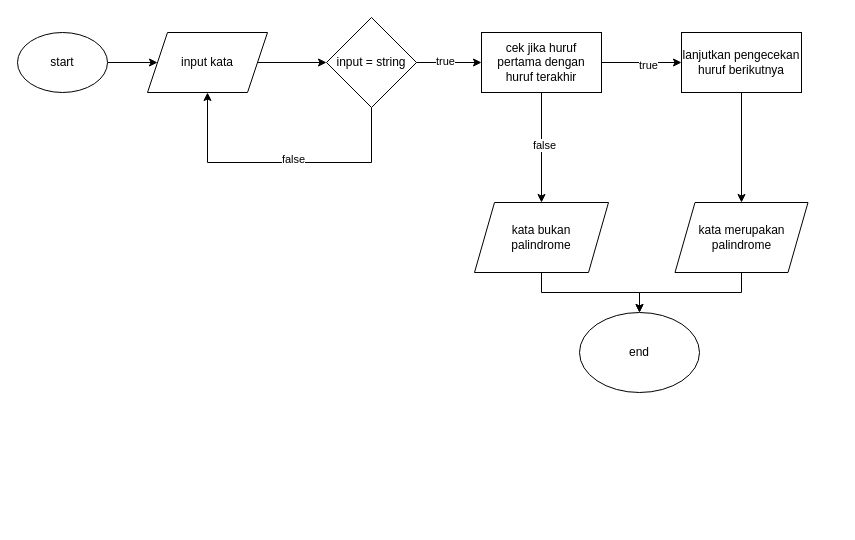
Before: page "Page-1" (1 of 2) of task1.drawio in farhanrizqi/flowcharts-algorithm, a draw.io diagram. Source tidied: cells renumbered, new cells numbered last; positions are measured from the earlier drawing's top-left corner, leaving out a move shared by most shapes. Both pictures are drawn from the tidied source at 100%, with x=0, y=0 at pixel (17, 17).
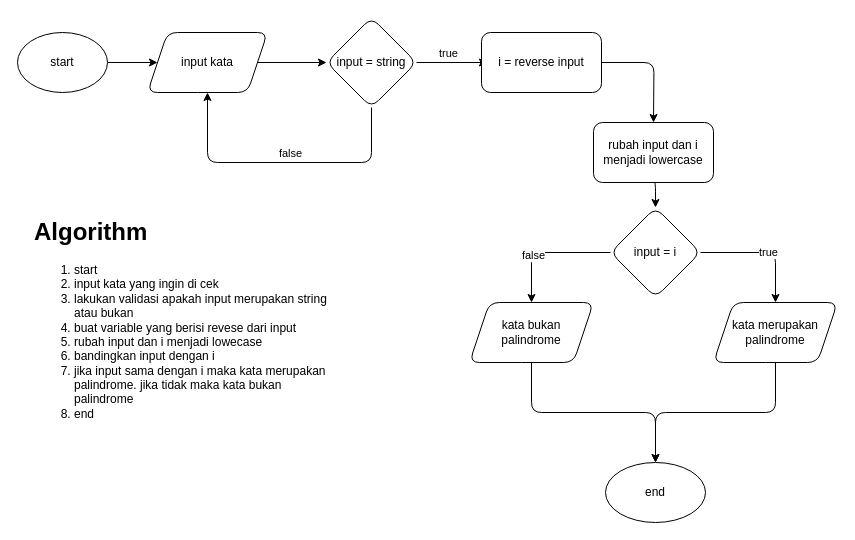
After the change.

Diff of the diagram source:
```diff
@@
-    <mxCell id="2" style="edgeStyle=orthogonalEdgeStyle;rounded=0;jettySize=auto;html=1;exitX=1;exitY=0.5;exitDx=0;exitDy=0;" parent="1" edge="1" source="3" target="5">
+    <mxCell id="2" style="edgeStyle=orthogonalEdgeStyle;rounded=1;jettySize=auto;html=1;exitX=1;exitY=0.5;exitDx=0;exitDy=0;" parent="1" edge="1" source="3" target="5">
       <mxGeometry relative="1" as="geometry" />
     </mxCell>
-    <mxCell id="3" value="start" style="ellipse;whiteSpace=wrap;html=1;" parent="1" vertex="1">
+    <mxCell id="3" value="start" style="ellipse;whiteSpace=wrap;html=1;rounded=1;" parent="1" vertex="1">
       <mxGeometry y="15" width="90" height="60" as="geometry" />
     </mxCell>
-    <mxCell id="4" style="edgeStyle=orthogonalEdgeStyle;rounded=0;jettySize=auto;html=1;entryX=0;entryY=0.5;entryDx=0;entryDy=0;" parent="1" edge="1" source="5" target="8">
+    <mxCell id="4" style="edgeStyle=orthogonalEdgeStyle;rounded=1;jettySize=auto;html=1;entryX=0;entryY=0.5;entryDx=0;entryDy=0;" parent="1" edge="1" source="5" target="8">
       <mxGeometry relative="1" as="geometry" />
     </mxCell>
-    <mxCell id="5" value="input kata" style="shape=parallelogram;perimeter=parallelogramPerimeter;whiteSpace=wrap;html=1;fixedSize=1;" parent="1" vertex="1">
+    <mxCell id="5" value="input kata" style="shape=parallelogram;perimeter=parallelogramPerimeter;whiteSpace=wrap;html=1;fixedSize=1;rounded=1;" parent="1" vertex="1">
       <mxGeometry x="130" y="15" width="120" height="60" as="geometry" />
     </mxCell>
-    <mxCell id="6" style="edgeStyle=orthogonalEdgeStyle;rounded=0;jettySize=auto;html=1;" parent="1" edge="1" source="8" target="13">
-      <mxGeometry relative="1" as="geometry" />
+    <mxCell id="6" style="edgeStyle=orthogonalEdgeStyle;rounded=1;jettySize=auto;html=1;entryX=0;entryY=0.5;entryDx=0;entryDy=0;" parent="1" edge="1" source="8">
+      <mxGeometry relative="1" as="geometry">
+        <mxPoint x="470" y="45" as="targetPoint" />
+      </mxGeometry>
     </mxCell>
-    <mxCell id="7" value="true" style="edgeLabel;html=1;align=center;verticalAlign=middle;" parent="6" vertex="1">
-      <mxGeometry x="-0.14" y="2" relative="1" as="geometry" />
+    <mxCell id="7" value="true" style="edgeLabel;html=1;align=center;verticalAlign=middle;rounded=1;" parent="6" vertex="1">
+      <mxGeometry x="-0.14" y="2" relative="1" as="geometry">
+        <mxPoint y="-8" as="offset" />
+      </mxGeometry>
     </mxCell>
-    <mxCell id="8" value="input = string" style="rhombus;whiteSpace=wrap;html=1;" parent="1" vertex="1">
+    <mxCell id="8" value="input = string" style="rhombus;whiteSpace=wrap;html=1;rounded=1;" parent="1" vertex="1">
       <mxGeometry x="309" width="90" height="90" as="geometry" />
     </mxCell>
-    <mxCell id="9" style="edgeStyle=orthogonalEdgeStyle;rounded=0;jettySize=auto;html=1;" parent="1" edge="1" source="13" target="17">
-      <mxGeometry relative="1" as="geometry" />
-    </mxCell>
-    <mxCell id="10" value="false" style="edgeLabel;html=1;align=center;verticalAlign=middle;" parent="9" vertex="1">
-      <mxGeometry x="-0.05" y="2" relative="1" as="geometry" />
-    </mxCell>
-    <mxCell id="11" style="edgeStyle=orthogonalEdgeStyle;rounded=0;jettySize=auto;html=1;" parent="1" edge="1" source="13" target="19">
-      <mxGeometry relative="1" as="geometry" />
-    </mxCell>
-    <mxCell id="12" value="true" style="edgeLabel;html=1;align=center;verticalAlign=middle;" parent="11" vertex="1">
-      <mxGeometry x="0.15" y="-2" relative="1" as="geometry" />
-    </mxCell>
-    <mxCell id="13" value="cek jika huruf pertama dengan huruf terakhir" style="whiteSpace=wrap;html=1;" parent="1" vertex="1">
-      <mxGeometry x="464" y="15" width="120" height="60" as="geometry" />
-    </mxCell>
-    <mxCell id="14" style="endArrow=classic;html=1;rounded=0;exitX=0.5;exitY=1;exitDx=0;exitDy=0;entryX=0.5;entryY=1;entryDx=0;entryDy=0;" parent="1" edge="1" source="8" target="5">
+    <mxCell id="14" style="endArrow=classic;html=1;rounded=1;exitX=0.5;exitY=1;exitDx=0;exitDy=0;entryX=0.5;entryY=1;entryDx=0;entryDy=0;" parent="1" edge="1" source="8" target="5">
       <mxGeometry relative="1" as="geometry">
         <Array as="points">
           <mxPoint x="354" y="145" />
           <mxPoint x="190" y="145" />
         </Array>
       </mxGeometry>
     </mxCell>
-    <mxCell id="15" value="false" style="edgeLabel;html=1;align=center;verticalAlign=middle;" parent="14" vertex="1">
-      <mxGeometry x="-0.07" y="-4" relative="1" as="geometry" />
+    <mxCell id="15" value="false" style="edgeLabel;html=1;align=center;verticalAlign=middle;rounded=1;" parent="14" vertex="1">
+      <mxGeometry x="-0.07" y="-4" relative="1" as="geometry">
+        <mxPoint x="-3" y="-6" as="offset" />
+      </mxGeometry>
     </mxCell>
-    <mxCell id="16" style="edgeStyle=orthogonalEdgeStyle;rounded=0;jettySize=auto;html=1;" parent="1" edge="1" source="17" target="22">
+    <mxCell id="16" style="edgeStyle=orthogonalEdgeStyle;rounded=1;jettySize=auto;html=1;exitX=0.5;exitY=1;exitDx=0;exitDy=0;entryX=0.5;entryY=0;entryDx=0;entryDy=0;" parent="1" edge="1" source="17" target="22">
       <mxGeometry relative="1" as="geometry" />
     </mxCell>
-    <mxCell id="17" value="kata bukan &lt;br&gt;palindrome" style="shape=parallelogram;perimeter=parallelogramPerimeter;whiteSpace=wrap;html=1;fixedSize=1;" parent="1" vertex="1">
-      <mxGeometry x="457" y="185" width="134" height="70" as="geometry" />
+    <mxCell id="17" value="kata bukan &lt;br&gt;palindrome" style="shape=parallelogram;perimeter=parallelogramPerimeter;whiteSpace=wrap;html=1;fixedSize=1;rounded=1;" parent="1" vertex="1">
+      <mxGeometry x="452" y="285" width="124" height="60" as="geometry" />
     </mxCell>
-    <mxCell id="18" style="edgeStyle=orthogonalEdgeStyle;rounded=0;jettySize=auto;html=1;" parent="1" edge="1" source="19" target="21">
-      <mxGeometry relative="1" as="geometry" />
-    </mxCell>
-    <mxCell id="19" value="lanjutkan pengecekan huruf berikutnya" style="whiteSpace=wrap;html=1;" parent="1" vertex="1">
-      <mxGeometry x="664" y="15" width="120" height="60" as="geometry" />
-    </mxCell>
-    <mxCell id="20" style="edgeStyle=orthogonalEdgeStyle;rounded=0;jettySize=auto;html=1;exitX=0.5;exitY=1;exitDx=0;exitDy=0;entryX=0.5;entryY=0;entryDx=0;entryDy=0;" parent="1" edge="1" source="21" target="22">
+    <mxCell id="20" style="edgeStyle=orthogonalEdgeStyle;rounded=1;jettySize=auto;html=1;exitX=0.5;exitY=1;exitDx=0;exitDy=0;entryX=0.5;entryY=0;entryDx=0;entryDy=0;" parent="1" edge="1" source="21" target="22">
       <mxGeometry relative="1" as="geometry" />
     </mxCell>
-    <mxCell id="21" value="kata merupakan palindrome" style="shape=parallelogram;perimeter=parallelogramPerimeter;whiteSpace=wrap;html=1;fixedSize=1;" parent="1" vertex="1">
-      <mxGeometry x="657.5" y="185" width="133" height="70" as="geometry" />
+    <mxCell id="21" value="kata merupakan palindrome" style="shape=parallelogram;perimeter=parallelogramPerimeter;whiteSpace=wrap;html=1;fixedSize=1;rounded=1;" parent="1" vertex="1">
+      <mxGeometry x="696" y="285" width="124" height="60" as="geometry" />
     </mxCell>
-    <mxCell id="22" value="end" style="ellipse;whiteSpace=wrap;html=1;" parent="1" vertex="1">
-      <mxGeometry x="562" y="295" width="120" height="80" as="geometry" />
+    <mxCell id="22" value="end" style="ellipse;whiteSpace=wrap;html=1;rounded=1;" parent="1" vertex="1">
+      <mxGeometry x="588" y="445" width="100" height="60" as="geometry" />
     </mxCell>
+    <mxCell id="23" style="edgeStyle=orthogonalEdgeStyle;rounded=1;jettySize=auto;html=1;exitX=1;exitY=0.5;exitDx=0;exitDy=0;" parent="1" edge="1" source="24">
+      <mxGeometry relative="1" as="geometry">
+        <mxPoint x="636" y="105" as="targetPoint" />
+      </mxGeometry>
+    </mxCell>
+    <mxCell id="24" value="i = reverse input" style="rounded=1;whiteSpace=wrap;html=1;" parent="1" vertex="1">
+      <mxGeometry x="464" y="15" width="120" height="60" as="geometry" />
+    </mxCell>
+    <mxCell id="25" style="edgeStyle=orthogonalEdgeStyle;rounded=1;jettySize=auto;html=1;exitX=0;exitY=0.5;exitDx=0;exitDy=0;" parent="1" edge="1" source="27" target="17">
+      <mxGeometry relative="1" as="geometry" />
+    </mxCell>
+    <mxCell id="10" value="false" style="edgeLabel;html=1;align=center;verticalAlign=middle;" parent="25" vertex="1">
+      <mxGeometry x="0.25" y="1" relative="1" as="geometry" />
+    </mxCell>
+    <mxCell id="26" style="edgeStyle=orthogonalEdgeStyle;rounded=1;jettySize=auto;html=1;exitX=1;exitY=0.5;exitDx=0;exitDy=0;entryX=0.5;entryY=0;entryDx=0;entryDy=0;" parent="1" edge="1" source="27" target="21">
+      <mxGeometry relative="1" as="geometry" />
+    </mxCell>
+    <mxCell id="12" value="true" style="edgeLabel;html=1;align=center;verticalAlign=middle;" parent="26" vertex="1">
+      <mxGeometry x="-0.05" y="-1" relative="1" as="geometry">
+        <mxPoint x="8" y="-2" as="offset" />
+      </mxGeometry>
+    </mxCell>
+    <mxCell id="27" value="input = i" style="rhombus;whiteSpace=wrap;html=1;rounded=1;" parent="1" vertex="1">
+      <mxGeometry x="593" y="190" width="90" height="90" as="geometry" />
+    </mxCell>
+    <mxCell id="28" value="&lt;h1&gt;Algorithm&lt;/h1&gt;&lt;div&gt;&lt;ol&gt;&lt;li&gt;start&lt;/li&gt;&lt;li&gt;input kata yang ingin di cek&lt;/li&gt;&lt;li&gt;lakukan validasi apakah input merupakan string atau bukan&lt;/li&gt;&lt;li&gt;buat variable yang berisi revese dari input&lt;/li&gt;&lt;li&gt;rubah input dan i menjadi lowecase&lt;/li&gt;&lt;li&gt;bandingkan input dengan i&lt;/li&gt;&lt;li&gt;jika input sama dengan i maka kata merupakan palindrome. jika tidak maka kata bukan palindrome&lt;/li&gt;&lt;li&gt;end&lt;/li&gt;&lt;/ol&gt;&lt;/div&gt;" style="text;html=1;strokeColor=none;fillColor=none;spacing=5;spacingTop=-20;whiteSpace=wrap;overflow=hidden;rounded=0;" parent="1" vertex="1">
+      <mxGeometry x="12" y="195" width="310" height="240" as="geometry" />
+    </mxCell>
+    <mxCell id="29" style="edgeStyle=orthogonalEdgeStyle;rounded=1;jettySize=auto;html=1;exitX=0.5;exitY=1;exitDx=0;exitDy=0;entryX=0.5;entryY=0;entryDx=0;entryDy=0;" parent="1" edge="1" source="30" target="27">
+      <mxGeometry relative="1" as="geometry" />
+    </mxCell>
+    <mxCell id="30" value="rubah input dan i menjadi lowercase" style="rounded=1;whiteSpace=wrap;html=1;" parent="1" vertex="1">
+      <mxGeometry x="576" y="105" width="120" height="60" as="geometry" />
+    </mxCell>
```
